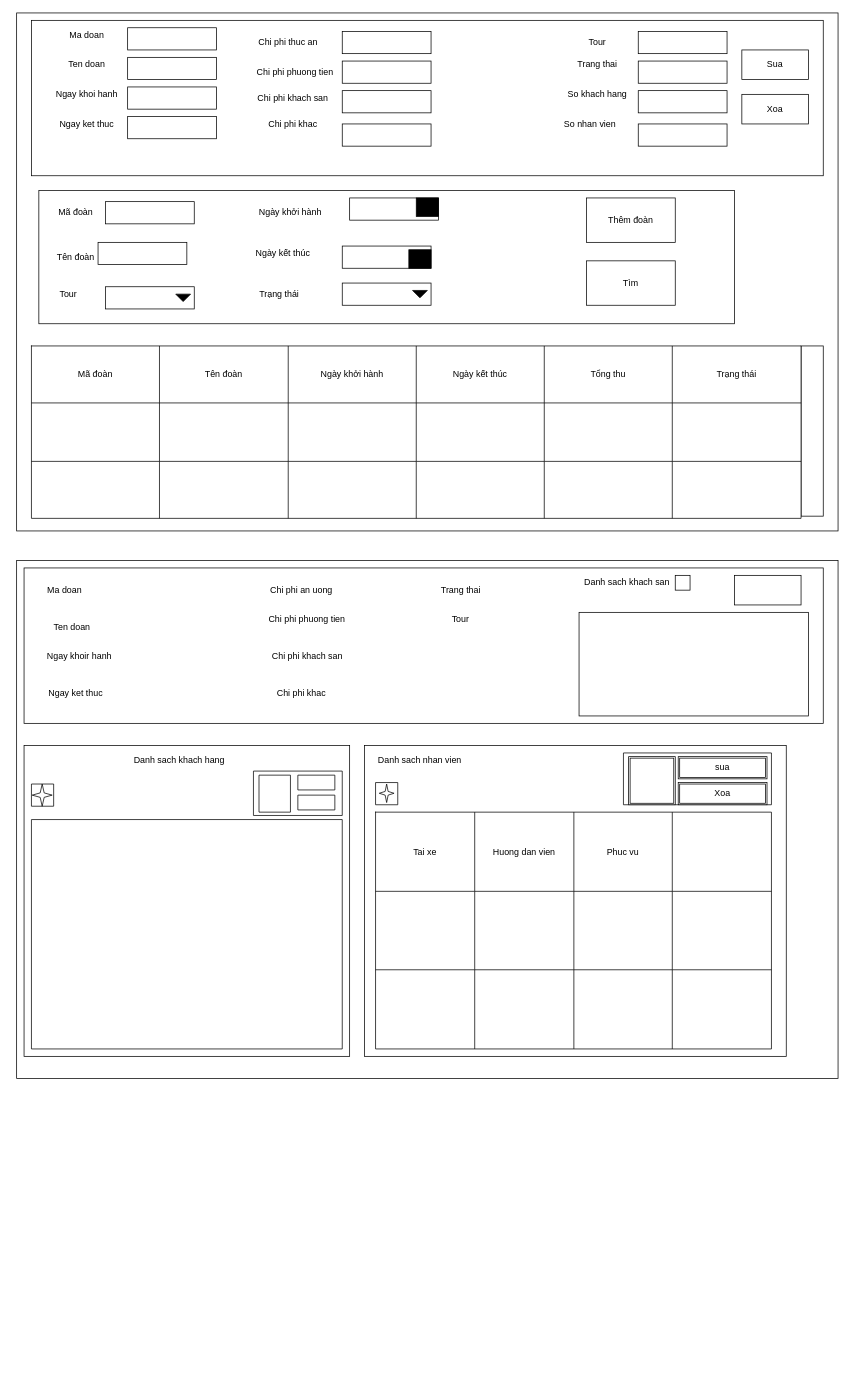
Above: document/TouristGroupFrameProtortype.drawio in baotran0212/tourism-application (draw.io), before the change. Source tidied: cells renumbered, new cells numbered last; positions are measured from the earlier drawing's top-left corner, leaving out a move shared by most shapes. Both pictures are drawn from the tidied source at 74%, with x=0, y=0 at pixel (16, 13).
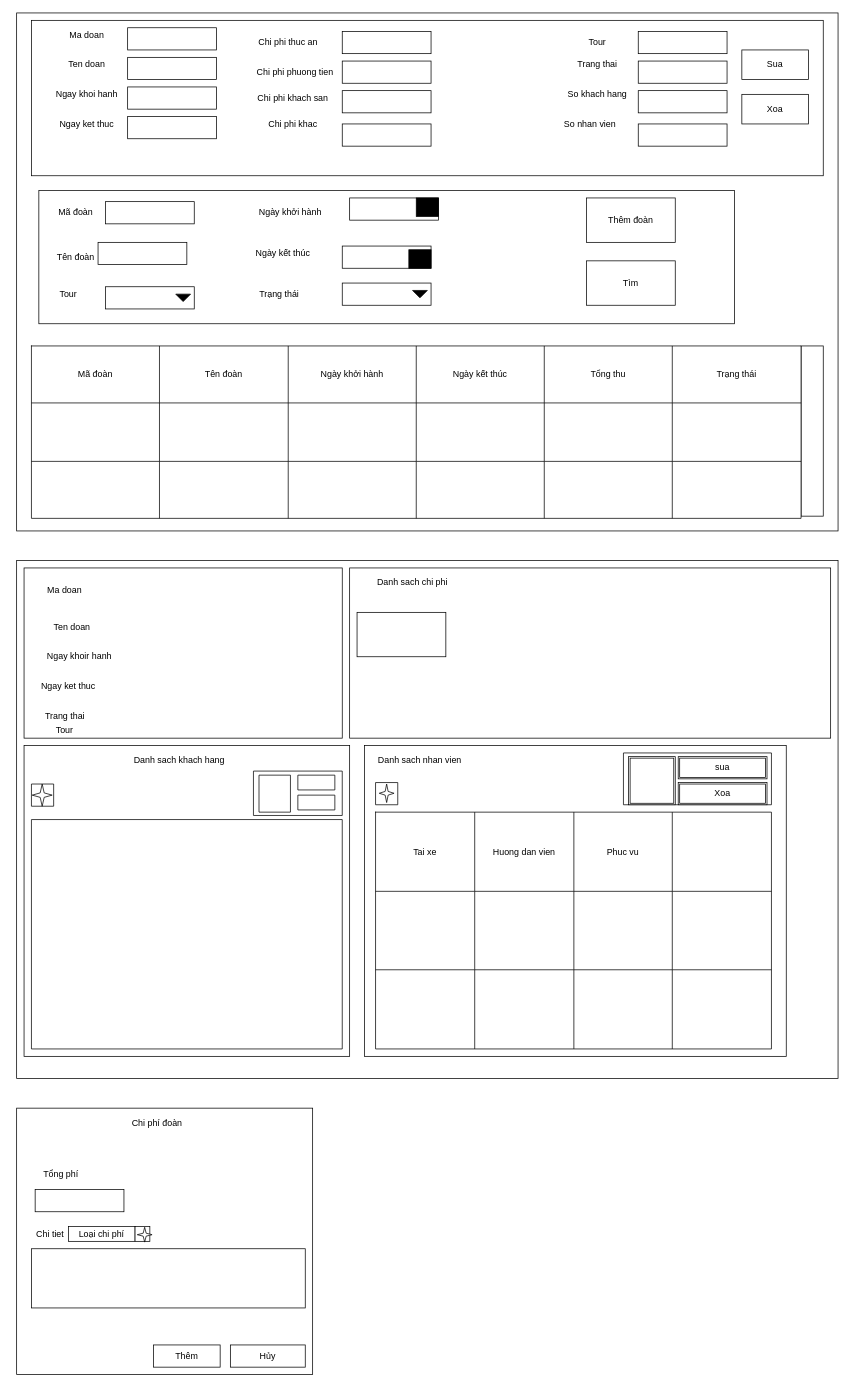
After the change.

What changed in the source:
```diff
@@
     <mxCell id="73" style="rounded=0;whiteSpace=wrap;html=1;" parent="1" vertex="1">
-      <mxGeometry x="10" y="750" width="1080" height="210" as="geometry" />
+      <mxGeometry x="10" y="750" width="430" height="230" as="geometry" />
     </mxCell>
@@
     <mxCell id="77" value="Ngay ket thuc" style="text;html=1;strokeColor=none;fillColor=none;align=center;verticalAlign=middle;whiteSpace=wrap;rounded=0;" parent="1" vertex="1">
-      <mxGeometry x="5" y="910" width="150" height="20" as="geometry" />
+      <mxGeometry x="-5" y="900" width="150" height="20" as="geometry" />
     </mxCell>
-    <mxCell id="78" value="Chi phi an uong" style="text;html=1;strokeColor=none;fillColor=none;align=center;verticalAlign=middle;whiteSpace=wrap;rounded=0;" parent="1" vertex="1">
-      <mxGeometry x="330" y="770" width="110" height="20" as="geometry" />
-    </mxCell>
-    <mxCell id="79" value="Chi phi phuong tien" style="text;html=1;strokeColor=none;fillColor=none;align=center;verticalAlign=middle;whiteSpace=wrap;rounded=0;" parent="1" vertex="1">
-      <mxGeometry x="335" y="810" width="115" height="20" as="geometry" />
-    </mxCell>
-    <mxCell id="80" value="Chi phi khach san" style="text;html=1;strokeColor=none;fillColor=none;align=center;verticalAlign=middle;whiteSpace=wrap;rounded=0;" parent="1" vertex="1">
-      <mxGeometry x="337.5" y="860" width="110" height="20" as="geometry" />
-    </mxCell>
-    <mxCell id="81" value="Chi phi khac" style="text;html=1;strokeColor=none;fillColor=none;align=center;verticalAlign=middle;whiteSpace=wrap;rounded=0;" parent="1" vertex="1">
-      <mxGeometry x="325" y="910" width="120" height="20" as="geometry" />
-    </mxCell>
@@
+    <mxCell id="102" style="verticalLabelPosition=bottom;verticalAlign=top;html=1;shape=mxgraph.basic.rect;fillColor2=none;strokeWidth=1;size=20;indent=5;" parent="1" vertex="1">
+      <mxGeometry x="485" y="1040" width="30" height="30" as="geometry" />
+    </mxCell>
+    <mxCell id="103" style="verticalLabelPosition=bottom;verticalAlign=top;html=1;shape=mxgraph.basic.rect;fillColor2=none;strokeWidth=1;size=20;indent=5;" parent="1" vertex="1">
+      <mxGeometry x="820" y="1000" width="200" height="70" as="geometry" />
+    </mxCell>
+    <mxCell id="108" style="verticalLabelPosition=bottom;verticalAlign=top;html=1;shape=mxgraph.basic.rect;fillColor2=none;strokeWidth=1;size=20;indent=5;" parent="1" vertex="1">
+      <mxGeometry x="20" y="1090" width="420" height="310" as="geometry" />
+    </mxCell>
+    <mxCell id="109" style="verticalLabelPosition=bottom;verticalAlign=top;html=1;shape=mxgraph.basic.rect;fillColor2=none;strokeWidth=1;size=20;indent=5;" parent="1" vertex="1">
+      <mxGeometry x="20" y="1042" width="30" height="30" as="geometry" />
+    </mxCell>
+    <mxCell id="110" style="verticalLabelPosition=bottom;verticalAlign=top;html=1;shape=mxgraph.basic.rect;fillColor2=none;strokeWidth=1;size=20;indent=5;" parent="1" vertex="1">
+      <mxGeometry x="320" y="1024.5" width="120" height="60" as="geometry" />
+    </mxCell>
+    <mxCell id="111" style="verticalLabelPosition=bottom;verticalAlign=top;html=1;shape=mxgraph.basic.rect;fillColor2=none;strokeWidth=1;size=20;indent=5;" parent="1" vertex="1">
+      <mxGeometry x="327.5" y="1030" width="42.5" height="50" as="geometry" />
+    </mxCell>
+    <mxCell id="112" style="verticalLabelPosition=bottom;verticalAlign=top;html=1;shape=mxgraph.basic.rect;fillColor2=none;strokeWidth=1;size=20;indent=5;" parent="1" vertex="1">
+      <mxGeometry x="380" y="1030" width="50" height="20" as="geometry" />
+    </mxCell>
+    <mxCell id="113" style="verticalLabelPosition=bottom;verticalAlign=top;html=1;shape=mxgraph.basic.rect;fillColor2=none;strokeWidth=1;size=20;indent=5;" parent="1" vertex="1">
+      <mxGeometry x="380" y="1057" width="50" height="20" as="geometry" />
+    </mxCell>
+    <mxCell id="114" style="verticalLabelPosition=bottom;verticalAlign=top;html=1;shape=mxgraph.basic.4_point_star_2;dx=0.8;" parent="1" vertex="1">
+      <mxGeometry x="21" y="1042" width="27" height="30" as="geometry" />
+    </mxCell>
+    <mxCell id="115" value="Trang thai" style="text;html=1;strokeColor=none;fillColor=none;align=center;verticalAlign=middle;whiteSpace=wrap;rounded=0;" parent="1" vertex="1">
+      <mxGeometry x="22.5" y="940" width="85" height="20" as="geometry" />
+    </mxCell>
+    <mxCell id="116" value="Tour" style="text;html=1;strokeColor=none;fillColor=none;align=center;verticalAlign=middle;whiteSpace=wrap;rounded=0;" parent="1" vertex="1">
+      <mxGeometry x="45" y="960" width="40" height="20" as="geometry" />
+    </mxCell>
+    <mxCell id="121" style="rounded=0;whiteSpace=wrap;html=1;" parent="1" vertex="1">
+      <mxGeometry y="1480" width="400" height="360" as="geometry" />
+    </mxCell>
+    <mxCell id="122" value="Chi phí đoàn" style="text;html=1;strokeColor=none;fillColor=none;align=center;verticalAlign=middle;whiteSpace=wrap;rounded=0;" parent="1" vertex="1">
+      <mxGeometry x="120" y="1490" width="140" height="20" as="geometry" />
+    </mxCell>
+    <mxCell id="123" value="Thêm" style="rounded=0;whiteSpace=wrap;html=1;" parent="1" vertex="1">
+      <mxGeometry x="185" y="1800" width="90" height="30" as="geometry" />
+    </mxCell>
+    <mxCell id="124" style="rounded=0;whiteSpace=wrap;html=1;" parent="1" vertex="1">
+      <mxGeometry x="20" y="1670" width="370" height="80" as="geometry" />
+    </mxCell>
+    <mxCell id="125" value="Chi tiet" style="text;html=1;strokeColor=none;fillColor=none;align=center;verticalAlign=middle;whiteSpace=wrap;rounded=0;" parent="1" vertex="1">
+      <mxGeometry x="21" y="1640" width="49" height="20" as="geometry" />
+    </mxCell>
+    <mxCell id="126" value="Loại chi phí" style="rounded=0;whiteSpace=wrap;html=1;" parent="1" vertex="1">
+      <mxGeometry x="70" y="1640" width="90" height="20" as="geometry" />
+    </mxCell>
+    <mxCell id="127" style="rounded=0;whiteSpace=wrap;html=1;" parent="1" vertex="1">
+      <mxGeometry x="160" y="1640" width="20" height="20" as="geometry" />
+    </mxCell>
+    <mxCell id="128" style="verticalLabelPosition=bottom;verticalAlign=top;html=1;shape=mxgraph.basic.4_point_star_2;dx=0.8;" parent="1" vertex="1">
+      <mxGeometry x="163" y="1641" width="20" height="20" as="geometry" />
+    </mxCell>
+    <mxCell id="129" style="rounded=0;whiteSpace=wrap;html=1;" parent="1" vertex="1">
+      <mxGeometry x="25" y="1590" width="120" height="30" as="geometry" />
+    </mxCell>
+    <mxCell id="130" value="Tổng phí" style="text;html=1;strokeColor=none;fillColor=none;align=center;verticalAlign=middle;whiteSpace=wrap;rounded=0;" parent="1" vertex="1">
+      <mxGeometry x="25" y="1560" width="70" height="20" as="geometry" />
+    </mxCell>
+    <mxCell id="131" value="Hủy" style="rounded=0;whiteSpace=wrap;html=1;" parent="1" vertex="1">
+      <mxGeometry x="288.8" y="1800" width="101.2" height="30" as="geometry" />
+    </mxCell>
+    <mxCell id="132" style="group;" parent="1" vertex="1">
+      <mxGeometry x="470" y="1000" width="550" height="400" as="geometry" />
+    </mxCell>
-    <mxCell id="85" value="Danh sach nhan vien" style="text;html=1;strokeColor=none;fillColor=none;align=center;verticalAlign=middle;whiteSpace=wrap;rounded=0;" parent="1" vertex="1">
-      <mxGeometry x="470" y="1000" width="150" height="20" as="geometry" />
+    <mxCell id="85" value="Danh sach nhan vien" style="text;html=1;strokeColor=none;fillColor=none;align=center;verticalAlign=middle;whiteSpace=wrap;rounded=0;" parent="132" vertex="1">
+      <mxGeometry width="150" height="20" as="geometry" />
     </mxCell>
-    <mxCell id="86" style="shape=table;html=1;whiteSpace=wrap;startSize=0;childLayout=tableLayout;" parent="1" vertex="1">
-      <mxGeometry x="485" y="1080" width="535" height="320" as="geometry" />
+    <mxCell id="86" style="shape=table;html=1;whiteSpace=wrap;startSize=0;childLayout=tableLayout;" parent="132" vertex="1">
+      <mxGeometry x="15" y="80" width="535" height="320" as="geometry" />
     </mxCell>
@@
-    <mxCell id="102" style="verticalLabelPosition=bottom;verticalAlign=top;html=1;shape=mxgraph.basic.rect;fillColor2=none;strokeWidth=1;size=20;indent=5;" parent="1" vertex="1">
-      <mxGeometry x="485" y="1040" width="30" height="30" as="geometry" />
-    </mxCell>
-    <mxCell id="103" style="verticalLabelPosition=bottom;verticalAlign=top;html=1;shape=mxgraph.basic.rect;fillColor2=none;strokeWidth=1;size=20;indent=5;" parent="1" vertex="1">
-      <mxGeometry x="820" y="1000" width="200" height="70" as="geometry" />
-    </mxCell>
-    <mxCell id="104" value="sua" style="shape=ext;double=1;rounded=0;whiteSpace=wrap;html=1;" parent="1" vertex="1">
-      <mxGeometry x="894" y="1005" width="120" height="30" as="geometry" />
+    <mxCell id="104" value="sua" style="shape=ext;double=1;rounded=0;whiteSpace=wrap;html=1;" parent="132" vertex="1">
+      <mxGeometry x="424" y="5" width="120" height="30" as="geometry" />
     </mxCell>
-    <mxCell id="105" value="Xoa" style="shape=ext;double=1;rounded=0;whiteSpace=wrap;html=1;" parent="1" vertex="1">
-      <mxGeometry x="894" y="1040" width="120" height="30" as="geometry" />
+    <mxCell id="105" value="Xoa" style="shape=ext;double=1;rounded=0;whiteSpace=wrap;html=1;" parent="132" vertex="1">
+      <mxGeometry x="424" y="40" width="120" height="30" as="geometry" />
     </mxCell>
-    <mxCell id="106" style="shape=ext;double=1;rounded=0;whiteSpace=wrap;html=1;" parent="1" vertex="1">
-      <mxGeometry x="827" y="1005" width="63" height="65" as="geometry" />
+    <mxCell id="106" style="shape=ext;double=1;rounded=0;whiteSpace=wrap;html=1;" parent="132" vertex="1">
+      <mxGeometry x="357" y="5" width="63" height="65" as="geometry" />
     </mxCell>
-    <mxCell id="107" style="verticalLabelPosition=bottom;verticalAlign=top;html=1;shape=mxgraph.basic.4_point_star_2;dx=0.8;" parent="1" vertex="1">
-      <mxGeometry x="490" y="1042" width="20" height="25" as="geometry" />
+    <mxCell id="107" style="verticalLabelPosition=bottom;verticalAlign=top;html=1;shape=mxgraph.basic.4_point_star_2;dx=0.8;" parent="132" vertex="1">
+      <mxGeometry x="20" y="42" width="20" height="25" as="geometry" />
     </mxCell>
-    <mxCell id="108" style="verticalLabelPosition=bottom;verticalAlign=top;html=1;shape=mxgraph.basic.rect;fillColor2=none;strokeWidth=1;size=20;indent=5;" parent="1" vertex="1">
-      <mxGeometry x="20" y="1090" width="420" height="310" as="geometry" />
-    </mxCell>
-    <mxCell id="109" style="verticalLabelPosition=bottom;verticalAlign=top;html=1;shape=mxgraph.basic.rect;fillColor2=none;strokeWidth=1;size=20;indent=5;" parent="1" vertex="1">
-      <mxGeometry x="20" y="1042" width="30" height="30" as="geometry" />
-    </mxCell>
-    <mxCell id="110" style="verticalLabelPosition=bottom;verticalAlign=top;html=1;shape=mxgraph.basic.rect;fillColor2=none;strokeWidth=1;size=20;indent=5;" parent="1" vertex="1">
-      <mxGeometry x="320" y="1024.5" width="120" height="60" as="geometry" />
-    </mxCell>
-    <mxCell id="111" style="verticalLabelPosition=bottom;verticalAlign=top;html=1;shape=mxgraph.basic.rect;fillColor2=none;strokeWidth=1;size=20;indent=5;" parent="1" vertex="1">
-      <mxGeometry x="327.5" y="1030" width="42.5" height="50" as="geometry" />
-    </mxCell>
-    <mxCell id="112" style="verticalLabelPosition=bottom;verticalAlign=top;html=1;shape=mxgraph.basic.rect;fillColor2=none;strokeWidth=1;size=20;indent=5;" parent="1" vertex="1">
-      <mxGeometry x="380" y="1030" width="50" height="20" as="geometry" />
-    </mxCell>
-    <mxCell id="113" style="verticalLabelPosition=bottom;verticalAlign=top;html=1;shape=mxgraph.basic.rect;fillColor2=none;strokeWidth=1;size=20;indent=5;" parent="1" vertex="1">
-      <mxGeometry x="380" y="1057" width="50" height="20" as="geometry" />
-    </mxCell>
-    <mxCell id="114" style="verticalLabelPosition=bottom;verticalAlign=top;html=1;shape=mxgraph.basic.4_point_star_2;dx=0.8;" parent="1" vertex="1">
-      <mxGeometry x="21" y="1042" width="27" height="30" as="geometry" />
-    </mxCell>
-    <mxCell id="115" value="Trang thai" style="text;html=1;strokeColor=none;fillColor=none;align=center;verticalAlign=middle;whiteSpace=wrap;rounded=0;" parent="1" vertex="1">
-      <mxGeometry x="557.5" y="770" width="85" height="20" as="geometry" />
-    </mxCell>
-    <mxCell id="116" value="Tour" style="text;html=1;strokeColor=none;fillColor=none;align=center;verticalAlign=middle;whiteSpace=wrap;rounded=0;" parent="1" vertex="1">
-      <mxGeometry x="580" y="810" width="40" height="20" as="geometry" />
-    </mxCell>
-    <mxCell id="117" style="rounded=0;whiteSpace=wrap;html=1;" parent="1" vertex="1">
-      <mxGeometry x="760" y="810" width="310" height="140" as="geometry" />
-    </mxCell>
-    <mxCell id="118" value="Danh sach khach san" style="text;html=1;strokeColor=none;fillColor=none;align=center;verticalAlign=middle;whiteSpace=wrap;rounded=0;" parent="1" vertex="1">
-      <mxGeometry x="760" y="760" width="130" height="20" as="geometry" />
-    </mxCell>
-    <mxCell id="119" style="rounded=0;whiteSpace=wrap;html=1;" parent="1" vertex="1">
-      <mxGeometry x="890" y="760" width="20" height="20" as="geometry" />
-    </mxCell>
-    <mxCell id="120" style="rounded=0;whiteSpace=wrap;html=1;" parent="1" vertex="1">
-      <mxGeometry x="970" y="760" width="90" height="40" as="geometry" />
-    </mxCell>
+    <mxCell id="133" style="rounded=0;whiteSpace=wrap;html=1;" parent="1" vertex="1">
+      <mxGeometry x="450" y="750" width="650" height="230" as="geometry" />
+    </mxCell>
+    <mxCell id="134" value="Danh sach chi phi" style="text;html=1;strokeColor=none;fillColor=none;align=center;verticalAlign=middle;whiteSpace=wrap;rounded=0;" parent="1" vertex="1">
+      <mxGeometry x="470" y="760" width="130" height="20" as="geometry" />
+    </mxCell>
+    <mxCell id="135" style="rounded=0;whiteSpace=wrap;html=1;" parent="1" vertex="1">
+      <mxGeometry x="460" y="810" width="120" height="60" as="geometry" />
+    </mxCell>
```
